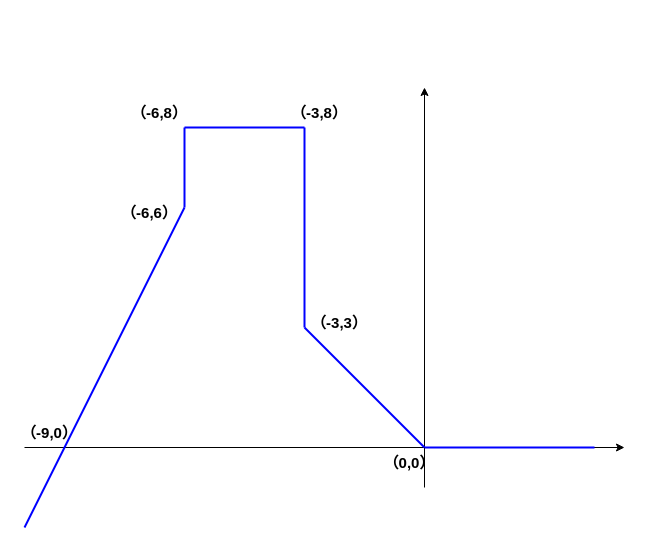
Earlier version of the draw.io diagram page "第 1 页" (1 of 3) of 未命名绘图.drawio (MengQi726/ECE351-Code). Source tidied: cells renumbered, new cells numbered last; positions are measured from the earlier drawing's top-left corner, leaving out a move shared by most shapes. Both pictures are drawn from the tidied source at 100%, with x=0, y=0 at pixel (24, 87).
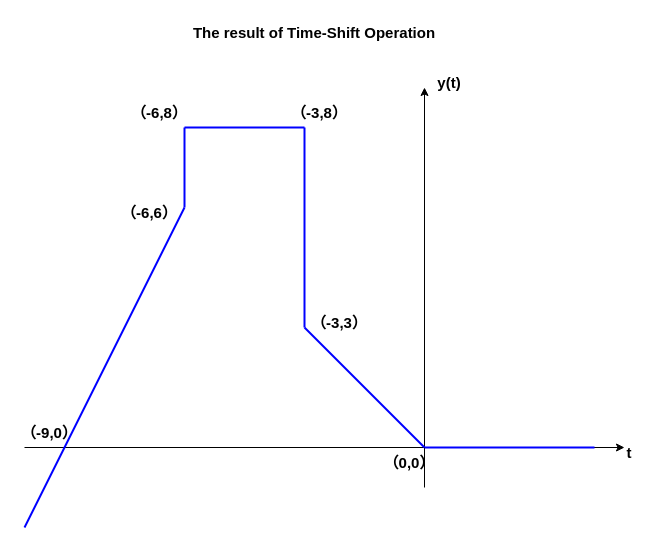
Above is the later version.

Diff of the diagram source:
```diff
@@
+    <mxCell id="16" value="&lt;span style=&quot;font-size: 15px;&quot;&gt;&lt;b&gt;y(t)&lt;/b&gt;&lt;/span&gt;" style="text;strokeColor=none;align=center;fillColor=none;html=1;verticalAlign=middle;whiteSpace=wrap;rounded=0;" parent="1" vertex="1">
+      <mxGeometry x="400" y="-20" width="50" height="30" as="geometry" />
+    </mxCell>
+    <mxCell id="17" value="&lt;b&gt;&lt;font style=&quot;font-size: 15px;&quot;&gt;t&lt;/font&gt;&lt;/b&gt;" style="text;strokeColor=none;align=center;fillColor=none;html=1;verticalAlign=middle;whiteSpace=wrap;rounded=0;" parent="1" vertex="1">
+      <mxGeometry x="580" y="350" width="50" height="30" as="geometry" />
+    </mxCell>
+    <mxCell id="18" value="&lt;b&gt;&lt;font style=&quot;font-size: 15px;&quot;&gt;The result of Time-Shift Operation&lt;/font&gt;&lt;/b&gt;" style="text;strokeColor=none;align=center;fillColor=none;html=1;verticalAlign=middle;whiteSpace=wrap;rounded=0;" parent="1" vertex="1">
+      <mxGeometry x="150" y="-70" width="280" height="30" as="geometry" />
+    </mxCell>
```
